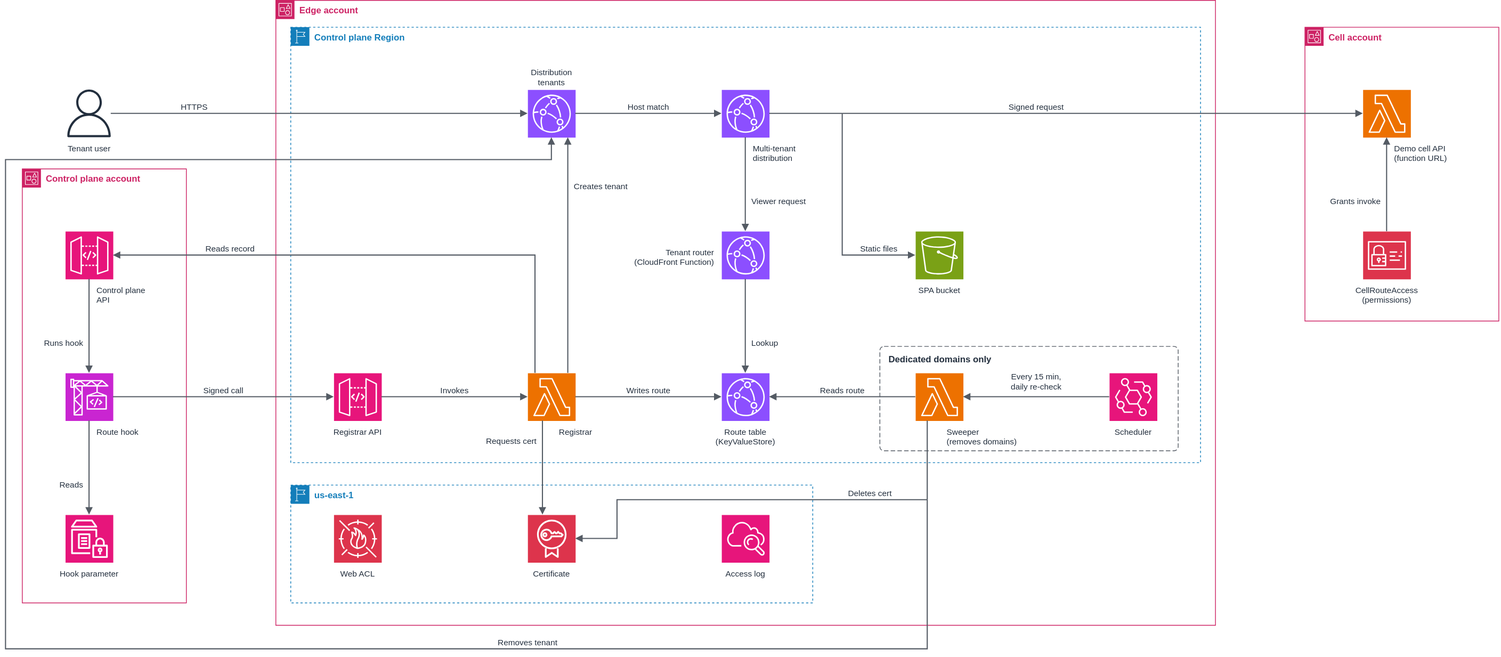
Earlier version of the draw.io export samples/tenant-front-door/diagrams/tenant-front-door.drawio.svg (aws-samples/sample-agentic-ai-acceleration-patterns). Source tidied: cells renumbered, new cells last; positions are measured from the earlier drawing's top-left corner, leaving out a move shared by most shapes.
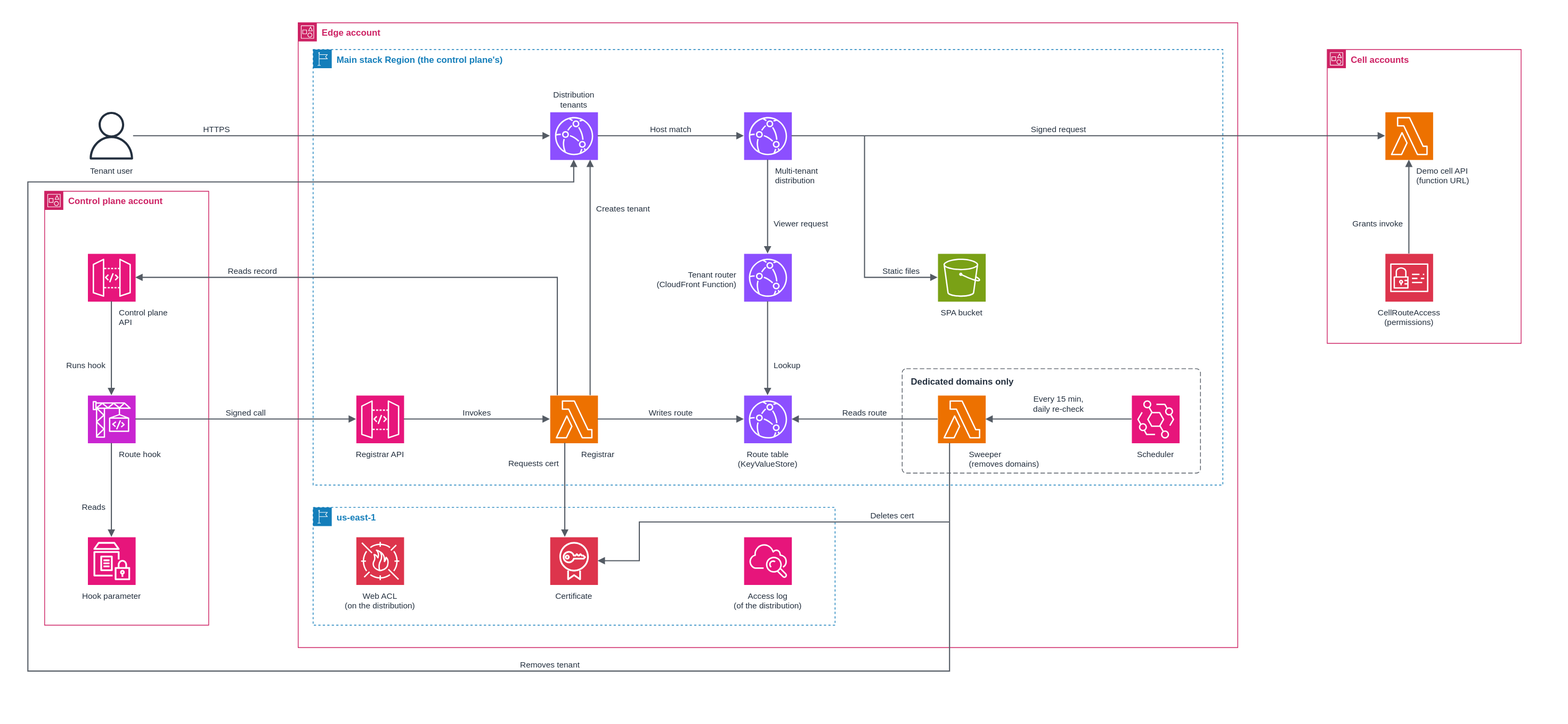
After the change.

Diff of the diagram source:
```diff
@@ -5,7 +5,7 @@
     <mxCell id="2" value="Edge account" style="gradientColor=none;html=0;fontSize=12;fontStyle=1;shape=mxgraph.aws4.group;verticalAlign=top;align=left;spacingLeft=30;grIcon=mxgraph.aws4.group_account;strokeColor=#CD2264;fillColor=none;fontColor=#CD2264;dashed=0;" parent="1" vertex="1">
       <mxGeometry x="362" width="1260" height="838" as="geometry" />
     </mxCell>
-    <mxCell id="3" value="Control plane Region" style="gradientColor=none;html=0;fontSize=12;fontStyle=1;shape=mxgraph.aws4.group;verticalAlign=top;align=left;spacingLeft=30;grIcon=mxgraph.aws4.group_region;strokeColor=#147EBA;fillColor=none;fontColor=#147EBA;dashed=1;" parent="1" vertex="1">
+    <mxCell id="3" value="Main stack Region (the control plane's)" style="gradientColor=none;html=0;fontSize=12;fontStyle=1;shape=mxgraph.aws4.group;verticalAlign=top;align=left;spacingLeft=30;grIcon=mxgraph.aws4.group_region;strokeColor=#147EBA;fillColor=none;fontColor=#147EBA;dashed=1;" parent="1" vertex="1">
       <mxGeometry x="382" y="36" width="1220" height="584" as="geometry" />
     </mxCell>
     <mxCell id="4" value="us-east-1" style="gradientColor=none;html=0;fontSize=12;fontStyle=1;shape=mxgraph.aws4.group;verticalAlign=top;align=left;spacingLeft=30;grIcon=mxgraph.aws4.group_region;strokeColor=#147EBA;fillColor=none;fontColor=#147EBA;dashed=1;" parent="1" vertex="1">
@@ -14,7 +14,7 @@
     <mxCell id="5" value="Control plane account" style="gradientColor=none;html=0;fontSize=12;fontStyle=1;shape=mxgraph.aws4.group;verticalAlign=top;align=left;spacingLeft=30;grIcon=mxgraph.aws4.group_account;strokeColor=#CD2264;fillColor=none;fontColor=#CD2264;dashed=0;" parent="1" vertex="1">
       <mxGeometry x="22" y="226" width="220" height="582" as="geometry" />
     </mxCell>
-    <mxCell id="6" value="Cell account" style="gradientColor=none;html=0;fontSize=12;fontStyle=1;shape=mxgraph.aws4.group;verticalAlign=top;align=left;spacingLeft=30;grIcon=mxgraph.aws4.group_account;strokeColor=#CD2264;fillColor=none;fontColor=#CD2264;dashed=0;" parent="1" vertex="1">
+    <mxCell id="6" value="Cell accounts" style="gradientColor=none;html=0;fontSize=12;fontStyle=1;shape=mxgraph.aws4.group;verticalAlign=top;align=left;spacingLeft=30;grIcon=mxgraph.aws4.group_account;strokeColor=#CD2264;fillColor=none;fontColor=#CD2264;dashed=0;" parent="1" vertex="1">
       <mxGeometry x="1742" y="36" width="260" height="394" as="geometry" />
     </mxCell>
     <mxCell id="7" value="Dedicated domains only" style="rounded=1;arcSize=4;html=0;fontSize=12;fontStyle=1;fontColor=#232F3E;strokeColor=#545B64;dashed=1;dashPattern=6 3;fillColor=none;verticalAlign=top;align=left;spacingLeft=10;spacingTop=4;" parent="1" vertex="1">
@@ -113,8 +113,8 @@
     <mxCell id="38" style="sketch=0;fontColor=#232F3E;fillColor=#DD344C;strokeColor=#ffffff;dashed=0;html=0;fontSize=11;fontStyle=0;noLabel=1;gradientColor=none;shape=mxgraph.aws4.resourceIcon;resIcon=mxgraph.aws4.waf;" parent="1" vertex="1">
       <mxGeometry x="440" y="690" width="64" height="64" as="geometry" />
     </mxCell>
-    <mxCell id="39" value="Web ACL" style="text;html=0;align=center;verticalAlign=top;fontSize=11;fontStyle=0;fontColor=#232F3E;spacing=0;spacingTop=0;" parent="1" vertex="1">
-      <mxGeometry x="448.4" y="758" width="47.1" height="16" as="geometry" />
+    <mxCell id="39" value="Web ACL&#10;(on the distribution)" style="text;html=0;align=center;verticalAlign=top;fontSize=11;fontStyle=0;fontColor=#232F3E;spacing=0;spacingTop=0;" parent="1" vertex="1">
+      <mxGeometry x="402" y="758" width="140" height="30" as="geometry" />
     </mxCell>
     <mxCell id="40" style="sketch=0;outlineConnect=0;fontColor=#232F3E;fillColor=#DD344C;strokeColor=#ffffff;dashed=0;html=0;fontSize=11;fontStyle=0;noLabel=1;gradientColor=none;shape=mxgraph.aws4.resourceIcon;resIcon=mxgraph.aws4.certificate_manager;" parent="1" vertex="1">
       <mxGeometry x="700" y="690" width="64" height="64" as="geometry" />
@@ -125,8 +125,8 @@
     <mxCell id="42" style="sketch=0;fontColor=#232F3E;fillColor=#E7157B;strokeColor=#ffffff;dashed=0;html=0;fontSize=11;fontStyle=0;noLabel=1;gradientColor=none;shape=mxgraph.aws4.resourceIcon;resIcon=mxgraph.aws4.cloudwatch;" parent="1" vertex="1">
       <mxGeometry x="960" y="690" width="64" height="64" as="geometry" />
     </mxCell>
-    <mxCell id="43" value="Access log" style="text;html=0;align=center;verticalAlign=top;fontSize=11;fontStyle=0;fontColor=#232F3E;spacing=0;spacingTop=0;" parent="1" vertex="1">
-      <mxGeometry x="959.2" y="758" width="65.6" height="16" as="geometry" />
+    <mxCell id="43" value="Access log&#10;(of the distribution)" style="text;html=0;align=center;verticalAlign=top;fontSize=11;fontStyle=0;fontColor=#232F3E;spacing=0;spacingTop=0;" parent="1" vertex="1">
+      <mxGeometry x="922" y="758" width="140" height="30" as="geometry" />
     </mxCell>
     <mxCell id="44" style="edgeStyle=orthogonalEdgeStyle;rounded=0;html=0;strokeColor=#545B64;strokeWidth=1.5;endArrow=block;endFill=1;exitX=1;exitY=0.5;exitDx=0;exitDy=0;entryX=0;entryY=0.5;entryDx=0;entryDy=0;" parent="1" edge="1" source="8" target="10">
       <mxGeometry relative="1" as="geometry" />
```
